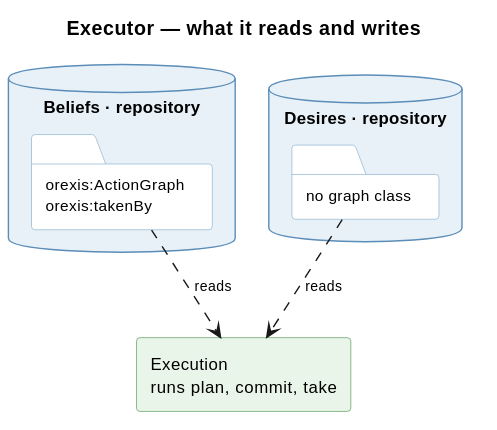
Before: knowledge/diagrams/service-executor.svg, a diagram exported from PlantUML (ShishkinDmitriy/orexis).
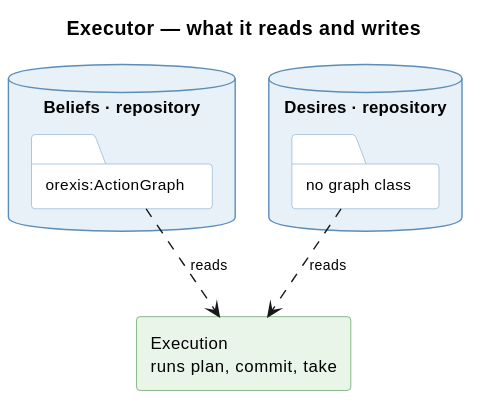
The same diagram one commit later.

Change to the diagram source:
```diff
@@ -22,7 +22,7 @@
 
 
 database "Beliefs · repository" as BEL {
-  folder "orexis:ActionGraph\norexis:takenBy" as A
+  folder "orexis:ActionGraph" as A
 }
 
 database "Desires · repository" as DES {
```
